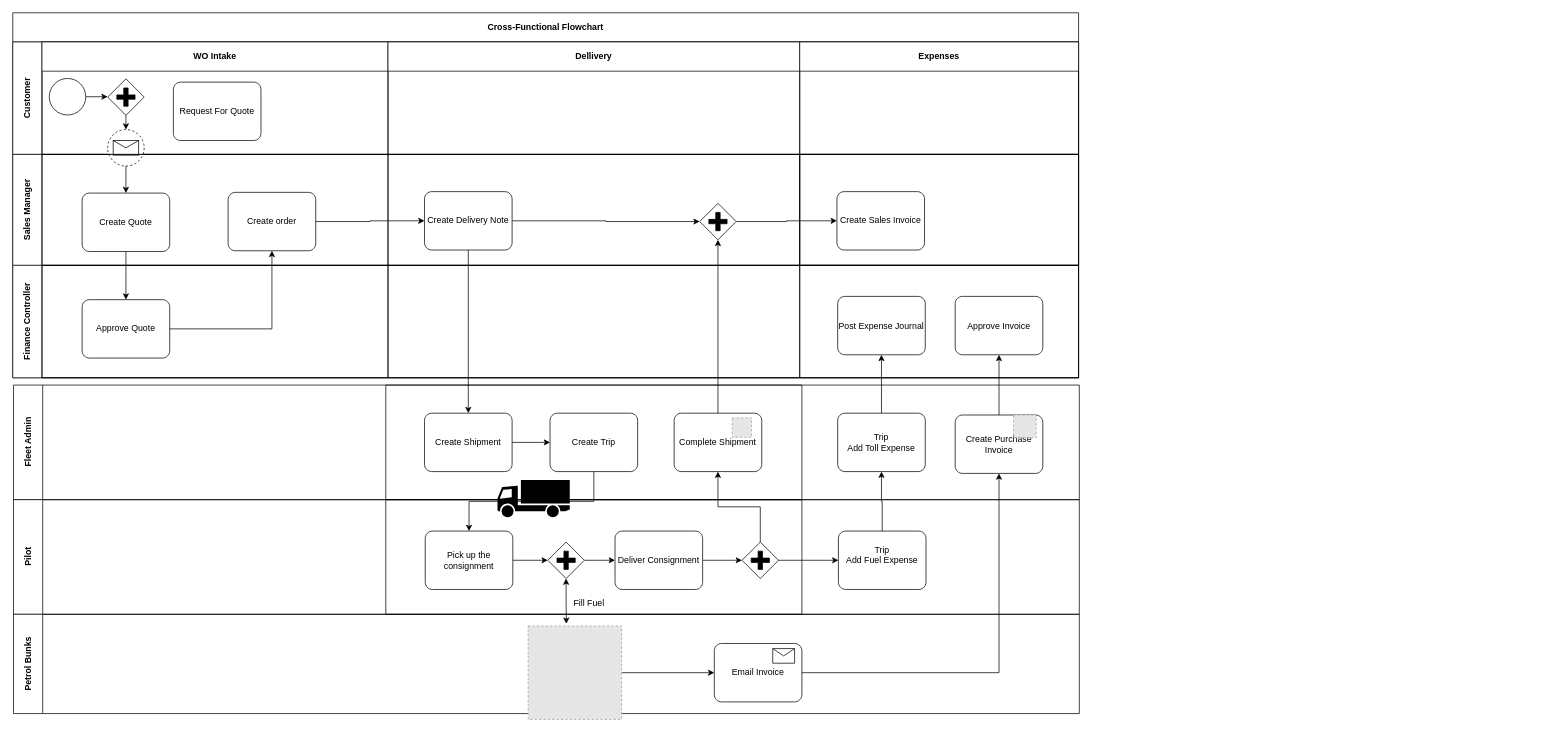
Earlier version of the draw.io diagram business-process/work-order-2-invoice.drawio (lmnaslimited/vjl). Source tidied: cells renumbered, new cells numbered last; positions are measured from the earlier drawing's top-left corner, leaving out a move shared by most shapes. Both pictures are drawn from the tidied source at 73%, with x=0, y=0 at pixel (12, 12). Pictures stored in the file or linked from it are replaced by grey dashed boxes.
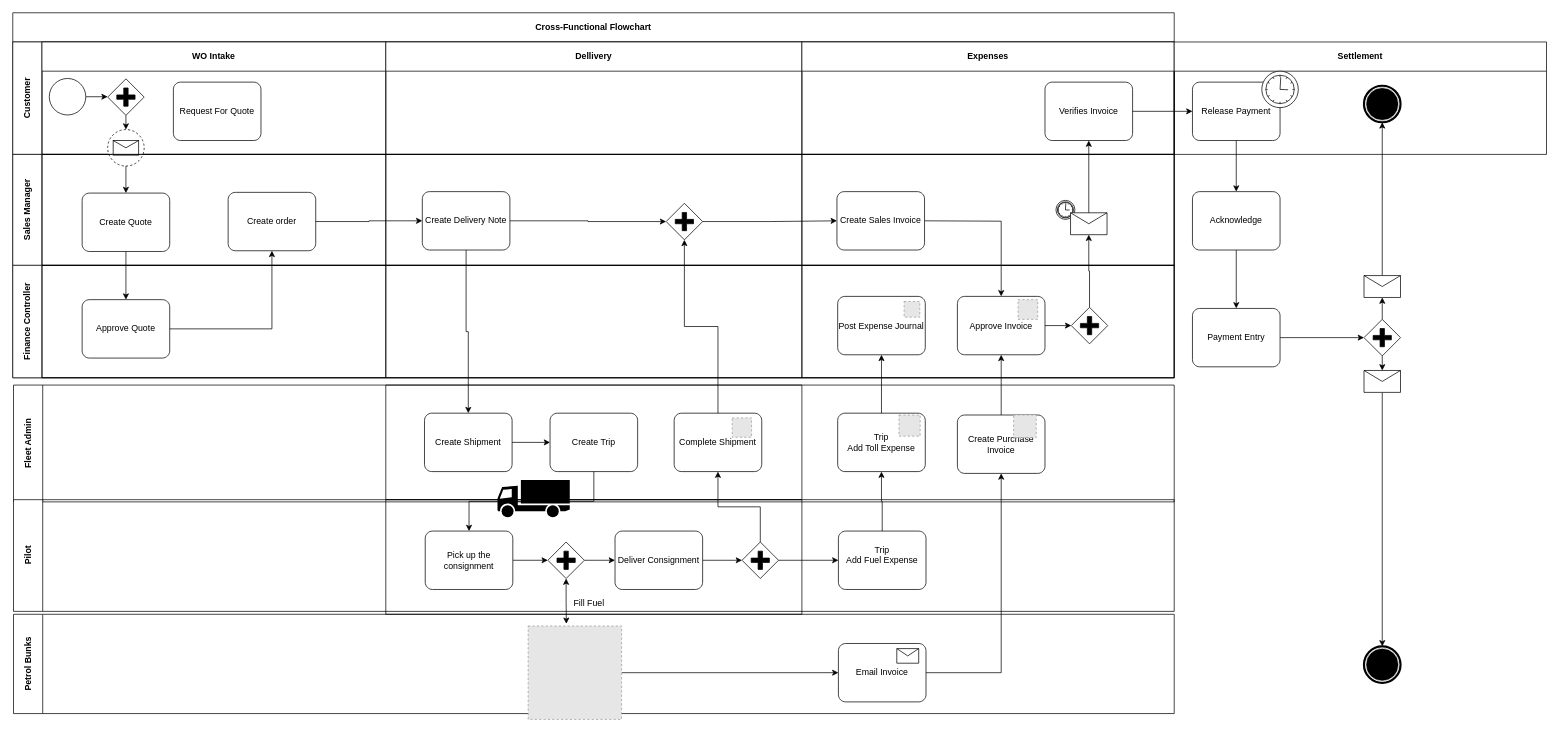
The same diagram, later.

The change refers to these unchanged cells:
```xml
<mxCell id="28" value="Approve Invoice" style="points=[[0.25,0,0],[0.5,0,0],[0.75,0,0],[1,0.25,0],[1,0.5,0],[1,0.75,0],[0.75,1,0],[0.5,1,0],[0.25,1,0],[0,0.75,0],[0,0.5,0],[0,0.25,0]];shape=mxgraph.bpmn.task;whiteSpace=wrap;rectStyle=rounded;size=10;taskMarker=abstract;" parent="27" vertex="1">
  <mxGeometry x="213" y="42.5" width="120" height="80" as="geometry" />
</mxCell>
```

What changed in the source:
```diff
@@
     <mxCell id="2" value="Cross-Functional Flowchart" style="shape=table;childLayout=tableLayout;rowLines=0;columnLines=0;startSize=40;html=1;whiteSpace=wrap;fontStyle=1;align=center;" parent="1" vertex="1">
-      <mxGeometry width="1460" height="500" as="geometry" />
+      <mxGeometry width="1591" height="500" as="geometry" />
     </mxCell>
     <mxCell id="3" value="Customer" style="swimlane;horizontal=0;startSize=40;html=1;whiteSpace=wrap;fontStyle=1;" parent="2" vertex="1">
-      <mxGeometry y="40" width="1460" height="154" as="geometry" />
+      <mxGeometry y="40" width="1591" height="154" as="geometry" />
     </mxCell>
     <mxCell id="4" value="WO Intake" style="swimlane;startSize=40;html=1;whiteSpace=wrap;" parent="3" vertex="1">
-      <mxGeometry x="40" width="474" height="154" as="geometry" />
+      <mxGeometry x="40" width="471" height="154" as="geometry" />
     </mxCell>
@@
     <mxCell id="11" value="Dellivery" style="swimlane;startSize=40;html=1;whiteSpace=wrap;" parent="3" vertex="1">
-      <mxGeometry x="514" width="564" height="154" as="geometry" />
+      <mxGeometry x="511" width="570" height="154" as="geometry" />
     </mxCell>
     <mxCell id="12" value="Expenses" style="swimlane;startSize=40;html=1;whiteSpace=wrap;" parent="3" vertex="1">
-      <mxGeometry x="1078" width="382" height="154" as="geometry" />
+      <mxGeometry x="1081" width="510" height="154" as="geometry" />
     </mxCell>
+    <mxCell id="73" value="Verifies Invoice" style="points=[[0.25,0,0],[0.5,0,0],[0.75,0,0],[1,0.25,0],[1,0.5,0],[1,0.75,0],[0.75,1,0],[0.5,1,0],[0.25,1,0],[0,0.75,0],[0,0.5,0],[0,0.25,0]];shape=mxgraph.bpmn.task;whiteSpace=wrap;rectStyle=rounded;size=10;taskMarker=abstract;" parent="12" vertex="1">
+      <mxGeometry x="333" y="55" width="120" height="80" as="geometry" />
+    </mxCell>
     <mxCell id="13" value="Sales Manager" style="swimlane;horizontal=0;startSize=40;html=1;whiteSpace=wrap;" parent="2" vertex="1">
-      <mxGeometry y="194" width="1460" height="152" as="geometry" />
+      <mxGeometry y="194" width="1591" height="152" as="geometry" />
     </mxCell>
     <mxCell id="14" style="swimlane;startSize=0;html=1;whiteSpace=wrap;" parent="13" vertex="1">
-      <mxGeometry x="40" width="474" height="152" as="geometry" />
+      <mxGeometry x="40" width="471" height="152" as="geometry" />
     </mxCell>
@@
     <mxCell id="17" style="swimlane;startSize=0;html=1;whiteSpace=wrap;" parent="13" vertex="1">
-      <mxGeometry x="514" width="564" height="152" as="geometry" />
+      <mxGeometry x="511" width="570" height="152" as="geometry" />
     </mxCell>
@@
     <mxCell id="20" style="points=[[0.25,0.25,0],[0.5,0,0],[0.75,0.25,0],[1,0.5,0],[0.75,0.75,0],[0.5,1,0],[0.25,0.75,0],[0,0.5,0]];shape=mxgraph.bpmn.gateway2;html=1;verticalLabelPosition=bottom;labelBackgroundColor=#ffffff;verticalAlign=top;align=center;perimeter=rhombusPerimeter;outlineConnect=0;outline=none;symbol=none;gwType=parallel;" parent="17" vertex="1">
-      <mxGeometry x="427" y="67" width="50" height="50" as="geometry" />
+      <mxGeometry x="384" y="67" width="50" height="50" as="geometry" />
     </mxCell>
     <mxCell id="21" style="swimlane;startSize=0;html=1;whiteSpace=wrap;" parent="13" vertex="1">
-      <mxGeometry x="1078" width="382" height="152" as="geometry" />
+      <mxGeometry x="1081" width="510" height="152" as="geometry" />
     </mxCell>
+    <mxCell id="74" style="shape=mxgraph.bpmn.event;html=1;verticalLabelPosition=bottom;labelBackgroundColor=#ffffff;verticalAlign=top;align=center;perimeter=ellipsePerimeter;outline=catching;symbol=timer;" parent="21" vertex="1">
+      <mxGeometry x="348" y="63" width="26" height="26" as="geometry" />
+    </mxCell>
+    <mxCell id="75" style="shape=message;html=1;whiteSpace=wrap;html=1;outlineConnect=0;" parent="21" vertex="1">
+      <mxGeometry x="368" y="80" width="50" height="30" as="geometry" />
+    </mxCell>
@@
     <mxCell id="23" value="Finance Controller" style="swimlane;horizontal=0;startSize=40;html=1;whiteSpace=wrap;" parent="2" vertex="1">
-      <mxGeometry y="346" width="1460" height="154" as="geometry" />
+      <mxGeometry y="346" width="1591" height="154" as="geometry" />
     </mxCell>
     <mxCell id="24" style="swimlane;startSize=0;html=1;whiteSpace=wrap;" parent="23" vertex="1">
-      <mxGeometry x="40" width="474" height="154" as="geometry" />
+      <mxGeometry x="40" width="471" height="154" as="geometry" />
     </mxCell>
@@
     <mxCell id="26" style="swimlane;startSize=0;html=1;whiteSpace=wrap;" parent="23" vertex="1">
-      <mxGeometry x="514" width="564" height="154" as="geometry" />
+      <mxGeometry x="511" width="570" height="154" as="geometry" />
     </mxCell>
     <mxCell id="27" style="swimlane;startSize=0;html=1;whiteSpace=wrap;" parent="23" vertex="1">
-      <mxGeometry x="1078" width="382" height="154" as="geometry" />
+      <mxGeometry x="1081" width="510" height="154" as="geometry" />
     </mxCell>
+    <mxCell id="76" style="edgeStyle=orthogonalEdgeStyle;rounded=0;jettySize=auto;html=1;exitX=1;exitY=0.5;exitDx=0;exitDy=0;exitPerimeter=0;entryX=0;entryY=0.5;entryDx=0;entryDy=0;entryPerimeter=0;startArrow=none;startFill=0;" parent="27" edge="1" source="28" target="78">
+      <mxGeometry relative="1" as="geometry" />
+    </mxCell>
@@
+    <mxCell id="77" style="fillColor=#E6E6E6;strokeColor=#999999;dashed=1;html=1;verticalAlign=top;verticalLabelPosition=bottom;labelBackgroundColor=#ffffff;" parent="27" vertex="1">
+      <mxGeometry x="296" y="47" width="27" height="27" as="geometry" />
+    </mxCell>
+    <mxCell id="78" style="points=[[0.25,0.25,0],[0.5,0,0],[0.75,0.25,0],[1,0.5,0],[0.75,0.75,0],[0.5,1,0],[0.25,0.75,0],[0,0.5,0]];shape=mxgraph.bpmn.gateway2;html=1;verticalLabelPosition=bottom;labelBackgroundColor=#ffffff;verticalAlign=top;align=center;perimeter=rhombusPerimeter;outlineConnect=0;outline=none;symbol=none;gwType=parallel;" parent="27" vertex="1">
+      <mxGeometry x="369" y="57.5" width="50" height="50" as="geometry" />
+    </mxCell>
@@
+    <mxCell id="79" style="edgeStyle=orthogonalEdgeStyle;rounded=0;jettySize=auto;html=1;exitX=0.5;exitY=0;exitDx=0;exitDy=0;exitPerimeter=0;entryX=0.5;entryY=1;entryDx=0;entryDy=0;startArrow=none;startFill=0;" parent="2" edge="1" source="78" target="75">
+      <mxGeometry relative="1" as="geometry" />
+    </mxCell>
+    <mxCell id="80" style="edgeStyle=orthogonalEdgeStyle;rounded=0;jettySize=auto;html=1;exitX=0.5;exitY=0;exitDx=0;exitDy=0;entryX=0.5;entryY=1;entryDx=0;entryDy=0;entryPerimeter=0;startArrow=none;startFill=0;" parent="2" edge="1" source="75" target="73">
+      <mxGeometry relative="1" as="geometry" />
+    </mxCell>
     <mxCell id="32" value="Fleet Admin" style="swimlane;horizontal=0;startSize=40;html=1;whiteSpace=wrap;" parent="1" vertex="1">
-      <mxGeometry x="1" y="510" width="1460" height="157" as="geometry" />
+      <mxGeometry x="1" y="510" width="1590" height="160" as="geometry" />
     </mxCell>
@@
     <mxCell id="40" value="Create Purchase Invoice" style="points=[[0.25,0,0],[0.5,0,0],[0.75,0,0],[1,0.25,0],[1,0.5,0],[1,0.75,0],[0.75,1,0],[0.5,1,0],[0.25,1,0],[0,0.75,0],[0,0.5,0],[0,0.25,0]];shape=mxgraph.bpmn.task;whiteSpace=wrap;rectStyle=rounded;size=10;taskMarker=abstract;" parent="32" vertex="1">
-      <mxGeometry x="1290" y="41" width="120" height="80" as="geometry" />
+      <mxGeometry x="1293" y="41" width="120" height="80" as="geometry" />
     </mxCell>
@@
+    <mxCell id="81" style="fillColor=#E6E6E6;strokeColor=#999999;dashed=1;html=1;verticalAlign=top;verticalLabelPosition=bottom;labelBackgroundColor=#ffffff;" parent="32" vertex="1">
+      <mxGeometry x="1213" y="41" width="29" height="29" as="geometry" />
+    </mxCell>
@@
     <mxCell id="45" value="Pilot" style="swimlane;horizontal=0;startSize=40;html=1;whiteSpace=wrap;" parent="1" vertex="1">
-      <mxGeometry x="1" y="667" width="1460" height="157" as="geometry" />
+      <mxGeometry x="1" y="667" width="1590" height="153" as="geometry" />
     </mxCell>
@@
     <mxCell id="57" value="Petrol Bunks" style="swimlane;horizontal=0;startSize=40;html=1;whiteSpace=wrap;" parent="1" vertex="1">
-      <mxGeometry x="1" y="824" width="1460" height="136" as="geometry" />
+      <mxGeometry x="1" y="824" width="1590" height="136" as="geometry" />
     </mxCell>
     <mxCell id="58" value="Email Invoice" style="points=[[0.25,0,0],[0.5,0,0],[0.75,0,0],[1,0.25,0],[1,0.5,0],[1,0.75,0],[0.75,1,0],[0.5,1,0],[0.25,1,0],[0,0.75,0],[0,0.5,0],[0,0.25,0]];shape=mxgraph.bpmn.task;whiteSpace=wrap;rectStyle=rounded;size=10;taskMarker=abstract;" parent="57" vertex="1">
-      <mxGeometry x="960" y="40" width="120" height="80" as="geometry" />
+      <mxGeometry x="1130" y="40" width="120" height="80" as="geometry" />
     </mxCell>
     <mxCell id="59" style="shape=message;html=1;whiteSpace=wrap;html=1;" parent="57" vertex="1">
-      <mxGeometry x="1040" y="47" width="30" height="20" as="geometry" />
+      <mxGeometry x="1210" y="47" width="30" height="20" as="geometry" />
     </mxCell>
@@
-    <mxCell id="65" style="swimlane;startSize=0;html=1;whiteSpace=wrap;" parent="1" vertex="1">
-      <mxGeometry x="1078" y="194" width="382" height="152" as="geometry" />
-    </mxCell>
-    <mxCell id="66" value="Create Sales Invoice" style="points=[[0.25,0,0],[0.5,0,0],[0.75,0,0],[1,0.25,0],[1,0.5,0],[1,0.75,0],[0.75,1,0],[0.5,1,0],[0.25,1,0],[0,0.75,0],[0,0.5,0],[0,0.25,0]];shape=mxgraph.bpmn.task;whiteSpace=wrap;rectStyle=rounded;size=10;taskMarker=abstract;" parent="65" vertex="1">
-      <mxGeometry x="51" y="51" width="120" height="80" as="geometry" />
-    </mxCell>
@@
-    <mxCell id="72" style="edgeStyle=orthogonalEdgeStyle;rounded=0;jettySize=auto;html=1;exitX=1;exitY=0.5;exitDx=0;exitDy=0;exitPerimeter=0;entryX=0;entryY=0.5;entryDx=0;entryDy=0;entryPerimeter=0;startArrow=none;startFill=0;" parent="1" edge="1" source="20" target="66">
-      <mxGeometry relative="1" as="geometry" />
+    <mxCell id="72" style="edgeStyle=orthogonalEdgeStyle;rounded=0;jettySize=auto;html=1;exitX=1;exitY=0.5;exitDx=0;exitDy=0;exitPerimeter=0;entryX=0;entryY=0.5;entryDx=0;entryDy=0;entryPerimeter=0;startArrow=none;startFill=0;" parent="1" edge="1" source="20">
+      <mxGeometry relative="1" as="geometry">
+        <mxPoint x="1129" y="285" as="targetPoint" />
+      </mxGeometry>
     </mxCell>
+    <mxCell id="82" style="fillColor=#E6E6E6;strokeColor=#999999;dashed=1;html=1;verticalAlign=top;verticalLabelPosition=bottom;labelBackgroundColor=#ffffff;" parent="1" vertex="1">
+      <mxGeometry x="1221" y="395.5" width="21.5" height="21.5" as="geometry" />
+    </mxCell>
+    <mxCell id="83" style="edgeStyle=orthogonalEdgeStyle;rounded=0;jettySize=auto;html=1;exitX=1;exitY=0.5;exitDx=0;exitDy=0;exitPerimeter=0;startArrow=none;startFill=0;" parent="1" edge="1" target="28">
+      <mxGeometry relative="1" as="geometry">
+        <mxPoint x="1249" y="285" as="sourcePoint" />
+      </mxGeometry>
+    </mxCell>
+    <mxCell id="66" value="Create Sales Invoice" style="points=[[0.25,0,0],[0.5,0,0],[0.75,0,0],[1,0.25,0],[1,0.5,0],[1,0.75,0],[0.75,1,0],[0.5,1,0],[0.25,1,0],[0,0.75,0],[0,0.5,0],[0,0.25,0]];shape=mxgraph.bpmn.task;whiteSpace=wrap;rectStyle=rounded;size=10;taskMarker=abstract;" parent="1" vertex="1">
+      <mxGeometry x="1129" y="245" width="120" height="80" as="geometry" />
+    </mxCell>
+    <mxCell id="84" style="edgeStyle=orthogonalEdgeStyle;rounded=0;jettySize=auto;html=1;startArrow=none;startFill=0;" parent="1" edge="1" source="85" target="91">
+      <mxGeometry relative="1" as="geometry" />
+    </mxCell>
+    <mxCell id="85" value="Release Payment" style="points=[[0.25,0,0],[0.5,0,0],[0.75,0,0],[1,0.25,0],[1,0.5,0],[1,0.75,0],[0.75,1,0],[0.5,1,0],[0.25,1,0],[0,0.75,0],[0,0.5,0],[0,0.25,0]];shape=mxgraph.bpmn.task;whiteSpace=wrap;rectStyle=rounded;size=10;taskMarker=abstract;" parent="1" vertex="1">
+      <mxGeometry x="1616" y="95" width="120" height="80" as="geometry" />
+    </mxCell>
+    <mxCell id="86" style="edgeStyle=orthogonalEdgeStyle;rounded=0;jettySize=auto;html=1;startArrow=none;startFill=0;" parent="1" edge="1" source="73" target="85">
+      <mxGeometry relative="1" as="geometry" />
+    </mxCell>
+    <mxCell id="87" value="Settlement" style="swimlane;startSize=40;html=1;whiteSpace=wrap;" parent="1" vertex="1">
+      <mxGeometry x="1591" y="40" width="510" height="154" as="geometry" />
+    </mxCell>
+    <mxCell id="88" style="shape=mxgraph.bpmn.event;html=1;verticalLabelPosition=bottom;labelBackgroundColor=#ffffff;verticalAlign=top;align=center;perimeter=ellipsePerimeter;outline=standard;symbol=timer;" parent="87" vertex="1">
+      <mxGeometry x="120" y="40" width="50" height="50" as="geometry" />
+    </mxCell>
+    <mxCell id="89" style="points=[[0.145,0.145,0],[0.5,0,0],[0.855,0.145,0],[1,0.5,0],[0.855,0.855,0],[0.5,1,0],[0.145,0.855,0],[0,0.5,0]];shape=mxgraph.bpmn.event;html=1;verticalLabelPosition=bottom;labelBackgroundColor=#ffffff;verticalAlign=top;align=center;perimeter=ellipsePerimeter;outlineConnect=0;outline=end;symbol=terminate;" parent="87" vertex="1">
+      <mxGeometry x="260" y="60" width="50" height="50" as="geometry" />
+    </mxCell>
+    <mxCell id="90" style="edgeStyle=orthogonalEdgeStyle;rounded=0;jettySize=auto;html=1;startArrow=none;startFill=0;" parent="1" edge="1" source="91" target="93">
+      <mxGeometry relative="1" as="geometry" />
+    </mxCell>
+    <mxCell id="91" value="Acknowledge" style="points=[[0.25,0,0],[0.5,0,0],[0.75,0,0],[1,0.25,0],[1,0.5,0],[1,0.75,0],[0.75,1,0],[0.5,1,0],[0.25,1,0],[0,0.75,0],[0,0.5,0],[0,0.25,0]];shape=mxgraph.bpmn.task;whiteSpace=wrap;rectStyle=rounded;size=10;taskMarker=abstract;" parent="1" vertex="1">
+      <mxGeometry x="1616" y="245" width="120" height="80" as="geometry" />
+    </mxCell>
+    <mxCell id="92" style="edgeStyle=orthogonalEdgeStyle;rounded=0;jettySize=auto;html=1;exitX=1;exitY=0.5;exitDx=0;exitDy=0;exitPerimeter=0;entryX=0;entryY=0.5;entryDx=0;entryDy=0;entryPerimeter=0;startArrow=none;startFill=0;" parent="1" edge="1" source="93" target="96">
+      <mxGeometry relative="1" as="geometry" />
+    </mxCell>
+    <mxCell id="93" value="Payment Entry" style="points=[[0.25,0,0],[0.5,0,0],[0.75,0,0],[1,0.25,0],[1,0.5,0],[1,0.75,0],[0.75,1,0],[0.5,1,0],[0.25,1,0],[0,0.75,0],[0,0.5,0],[0,0.25,0]];shape=mxgraph.bpmn.task;whiteSpace=wrap;rectStyle=rounded;size=10;taskMarker=abstract;" parent="1" vertex="1">
+      <mxGeometry x="1616" y="405" width="120" height="80" as="geometry" />
+    </mxCell>
+    <mxCell id="94" style="edgeStyle=orthogonalEdgeStyle;rounded=0;jettySize=auto;html=1;exitX=0.5;exitY=0;exitDx=0;exitDy=0;exitPerimeter=0;entryX=0.5;entryY=1;entryDx=0;entryDy=0;startArrow=none;startFill=0;" parent="1" edge="1" source="96" target="98">
+      <mxGeometry relative="1" as="geometry" />
+    </mxCell>
+    <mxCell id="95" style="edgeStyle=orthogonalEdgeStyle;rounded=0;jettySize=auto;html=1;exitX=0.5;exitY=1;exitDx=0;exitDy=0;exitPerimeter=0;entryX=0.5;entryY=0;entryDx=0;entryDy=0;startArrow=none;startFill=0;" parent="1" edge="1" source="96" target="100">
+      <mxGeometry relative="1" as="geometry" />
+    </mxCell>
+    <mxCell id="96" style="points=[[0.25,0.25,0],[0.5,0,0],[0.75,0.25,0],[1,0.5,0],[0.75,0.75,0],[0.5,1,0],[0.25,0.75,0],[0,0.5,0]];shape=mxgraph.bpmn.gateway2;html=1;verticalLabelPosition=bottom;labelBackgroundColor=#ffffff;verticalAlign=top;align=center;perimeter=rhombusPerimeter;outlineConnect=0;outline=none;symbol=none;gwType=parallel;" parent="1" vertex="1">
+      <mxGeometry x="1851" y="420" width="50" height="50" as="geometry" />
+    </mxCell>
+    <mxCell id="97" style="edgeStyle=orthogonalEdgeStyle;rounded=0;jettySize=auto;html=1;exitX=0.5;exitY=0;exitDx=0;exitDy=0;entryX=0.5;entryY=1;entryDx=0;entryDy=0;entryPerimeter=0;startArrow=none;startFill=0;" parent="1" edge="1" source="98" target="89">
+      <mxGeometry relative="1" as="geometry" />
+    </mxCell>
+    <mxCell id="98" style="shape=message;html=1;whiteSpace=wrap;html=1;outlineConnect=0;" parent="1" vertex="1">
+      <mxGeometry x="1851" y="360" width="50" height="30" as="geometry" />
+    </mxCell>
+    <mxCell id="99" style="edgeStyle=orthogonalEdgeStyle;rounded=0;jettySize=auto;html=1;exitX=0.5;exitY=1;exitDx=0;exitDy=0;startArrow=none;startFill=0;" parent="1" edge="1" source="100" target="101">
+      <mxGeometry relative="1" as="geometry" />
+    </mxCell>
+    <mxCell id="100" style="shape=message;html=1;whiteSpace=wrap;html=1;outlineConnect=0;" parent="1" vertex="1">
+      <mxGeometry x="1851" y="490" width="50" height="30" as="geometry" />
+    </mxCell>
+    <mxCell id="101" style="points=[[0.145,0.145,0],[0.5,0,0],[0.855,0.145,0],[1,0.5,0],[0.855,0.855,0],[0.5,1,0],[0.145,0.855,0],[0,0.5,0]];shape=mxgraph.bpmn.event;html=1;verticalLabelPosition=bottom;labelBackgroundColor=#ffffff;verticalAlign=top;align=center;perimeter=ellipsePerimeter;outlineConnect=0;outline=end;symbol=terminate;" parent="1" vertex="1">
+      <mxGeometry x="1851" y="868" width="50" height="50" as="geometry" />
+    </mxCell>
```
